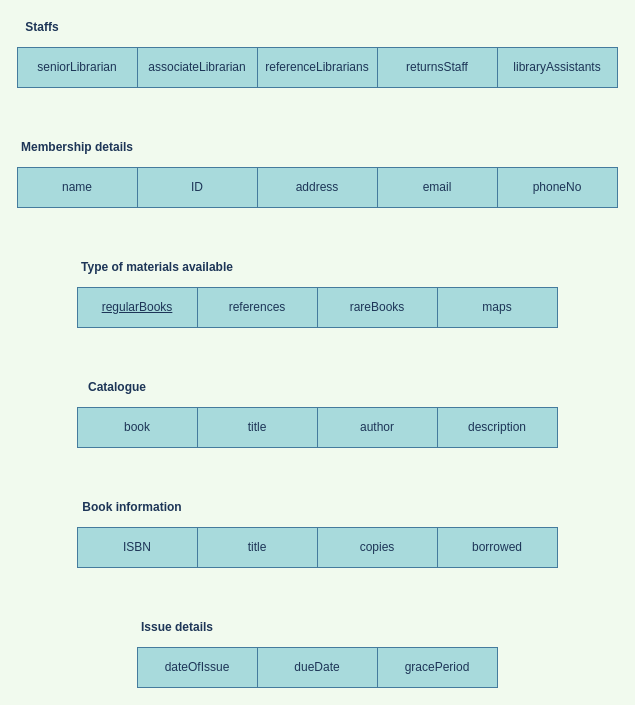
The draw.io diagram schema.drawio in SayoniSaha/Drawio, before the edit. Source tidied: cells renumbered, new cells numbered last; positions are measured from the earlier drawing's top-left corner, leaving out a move shared by most shapes. Both pictures are drawn from the tidied source at 100%, with x=0, y=0 at pixel (17, 17).
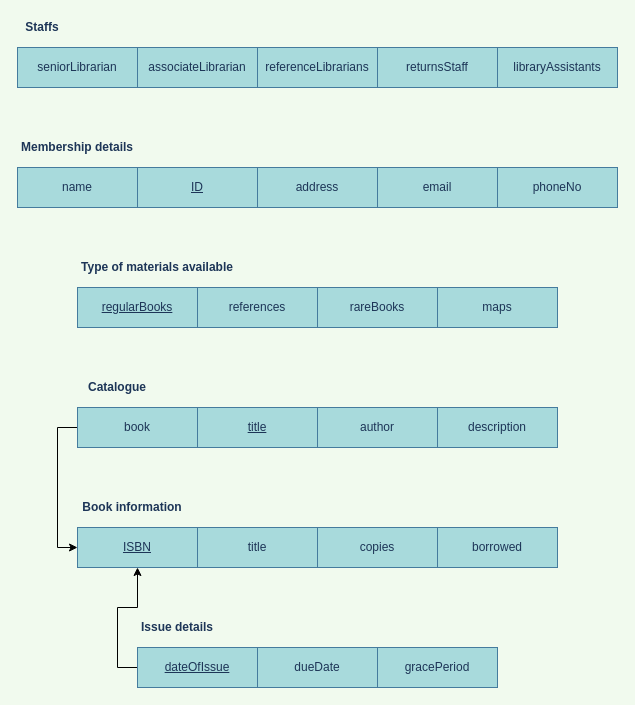
Above is the later version.

The change refers to these unchanged cells:
```xml
<mxCell id="16" value="book" style="rounded=0;whiteSpace=wrap;html=1;fillColor=#A8DADC;strokeColor=#457B9D;fontColor=#1D3557;" parent="1" vertex="1">
  <mxGeometry x="60" y="390" width="120" height="40" as="geometry" />
</mxCell>
```

Change to the diagram source:
```diff
@@
-    <mxCell id="8" value="ID" style="rounded=0;whiteSpace=wrap;html=1;fillColor=#A8DADC;strokeColor=#457B9D;fontColor=#1D3557;" parent="1" vertex="1">
+    <mxCell id="8" value="&lt;u&gt;ID&lt;/u&gt;" style="rounded=0;whiteSpace=wrap;html=1;fillColor=#A8DADC;strokeColor=#457B9D;fontColor=#1D3557;" parent="1" vertex="1">
       <mxGeometry x="120" y="150" width="120" height="40" as="geometry" />
     </mxCell>
@@
+    <mxCell id="33" style="edgeStyle=orthogonalEdgeStyle;rounded=0;jettySize=auto;html=1;exitX=0;exitY=0.5;exitDx=0;exitDy=0;entryX=0;entryY=0.5;entryDx=0;entryDy=0;" parent="1" edge="1" source="16" target="20">
+      <mxGeometry relative="1" as="geometry" />
+    </mxCell>
@@
-    <mxCell id="17" value="title" style="rounded=0;whiteSpace=wrap;html=1;fillColor=#A8DADC;strokeColor=#457B9D;fontColor=#1D3557;" parent="1" vertex="1">
+    <mxCell id="17" value="&lt;u&gt;title&lt;/u&gt;" style="rounded=0;whiteSpace=wrap;html=1;fillColor=#A8DADC;strokeColor=#457B9D;fontColor=#1D3557;" parent="1" vertex="1">
       <mxGeometry x="180" y="390" width="120" height="40" as="geometry" />
     </mxCell>
@@
-    <mxCell id="20" value="ISBN" style="rounded=0;whiteSpace=wrap;html=1;fillColor=#A8DADC;strokeColor=#457B9D;fontColor=#1D3557;" parent="1" vertex="1">
+    <mxCell id="20" value="&lt;u&gt;ISBN&lt;/u&gt;" style="rounded=0;whiteSpace=wrap;html=1;fillColor=#A8DADC;strokeColor=#457B9D;fontColor=#1D3557;" parent="1" vertex="1">
       <mxGeometry x="60" y="510" width="120" height="40" as="geometry" />
     </mxCell>
@@
+    <mxCell id="34" style="edgeStyle=orthogonalEdgeStyle;rounded=0;jettySize=auto;html=1;exitX=0;exitY=0.5;exitDx=0;exitDy=0;entryX=0.5;entryY=1;entryDx=0;entryDy=0;" parent="1" edge="1" source="24" target="20">
+      <mxGeometry relative="1" as="geometry" />
+    </mxCell>
-    <mxCell id="24" value="dateOfIssue" style="rounded=0;whiteSpace=wrap;html=1;fillColor=#A8DADC;strokeColor=#457B9D;fontColor=#1D3557;" parent="1" vertex="1">
+    <mxCell id="24" value="&lt;u&gt;dateOfIssue&lt;/u&gt;" style="rounded=0;whiteSpace=wrap;html=1;fillColor=#A8DADC;strokeColor=#457B9D;fontColor=#1D3557;" parent="1" vertex="1">
       <mxGeometry x="120" y="630" width="120" height="40" as="geometry" />
     </mxCell>
```
